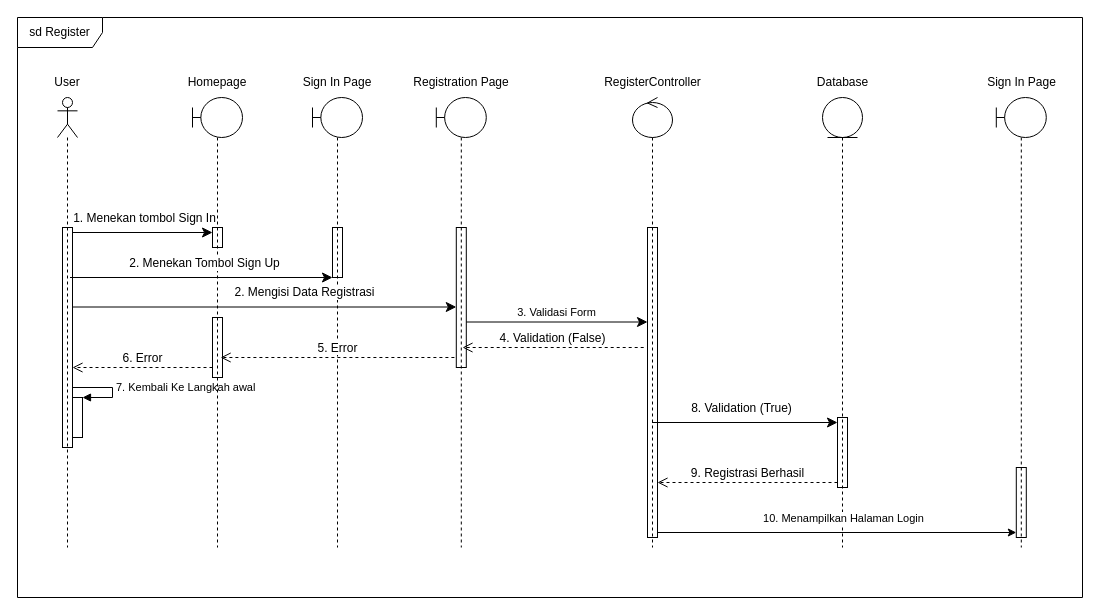
The draw.io diagram page "Page-1" (1 of 4) of sed.drawio in AldoGunawan/kp-tapung, before the edit. Source tidied: cells renumbered, new cells numbered last; positions are measured from the earlier drawing's top-left corner, leaving out a move shared by most shapes. Both pictures are drawn from the tidied source at 100%, with x=0, y=0 at pixel (17, 17).
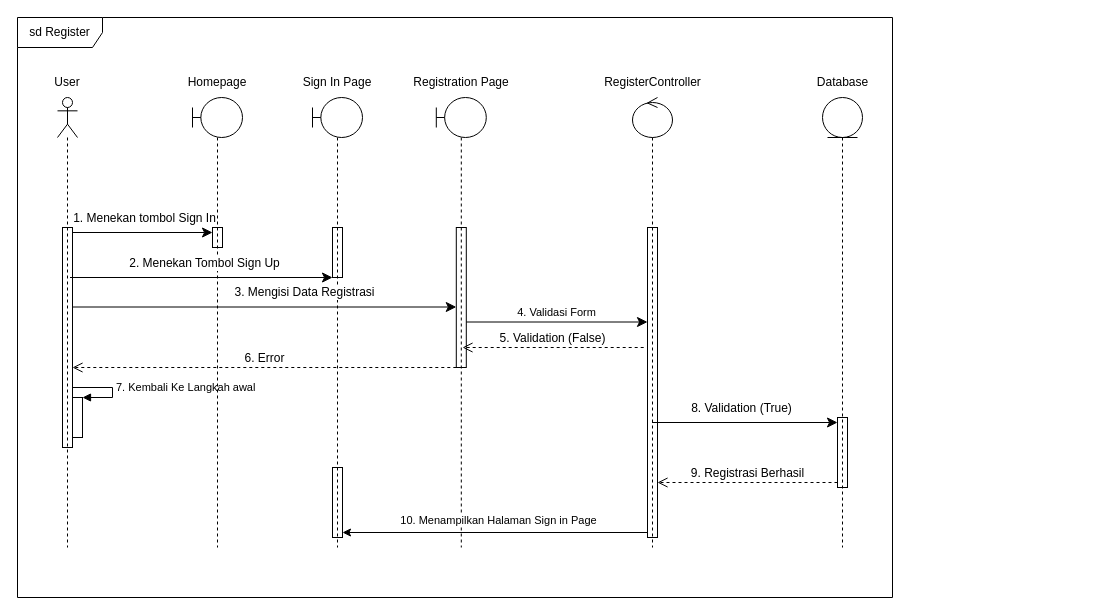
The same page after the edit.

Unchanged cells that the change refers to:
```xml
<mxCell id="6" style="edgeStyle=none;curved=0;rounded=0;orthogonalLoop=1;jettySize=auto;html=1;fontSize=12;startSize=8;endSize=8;fontColor=light-dark(#000000,#000000);strokeColor=light-dark(#000000,#000000);" parent="1" edge="1">
  <mxGeometry relative="1" as="geometry">
    <mxPoint x="55" y="289.5" as="sourcePoint" />
    <mxPoint x="438.8" y="289.5" as="targetPoint" />
  </mxGeometry>
</mxCell>
<mxCell id="10" style="html=1;points=[[0,0,0,0,5],[0,1,0,0,-5],[1,0,0,0,5],[1,1,0,0,-5]];perimeter=orthogonalPerimeter;outlineConnect=0;targetShapes=umlLifeline;portConstraint=eastwest;newEdgeStyle={&quot;curved&quot;:0,&quot;rounded&quot;:0};fillColor=none;" parent="9" vertex="1">
  <mxGeometry x="20" y="130" width="10" height="140" as="geometry" />
</mxCell>
<mxCell id="13" style="edgeStyle=none;curved=0;rounded=0;orthogonalLoop=1;jettySize=auto;html=1;fontSize=12;startSize=8;endSize=8;strokeColor=light-dark(#000000,#000000);fontColor=light-dark(#000000,#000000);labelBackgroundColor=light-dark(#FFFFFF,#FFFFFF);" parent="1" edge="1">
  <mxGeometry relative="1" as="geometry">
    <mxPoint x="448.8" y="304.5" as="sourcePoint" />
    <mxPoint x="630" y="304.5" as="targetPoint" />
  </mxGeometry>
</mxCell>
<mxCell id="23" style="html=1;points=[[0,0,0,0,5],[0,1,0,0,-5],[1,0,0,0,5],[1,1,0,0,-5]];perimeter=orthogonalPerimeter;outlineConnect=0;targetShapes=umlLifeline;portConstraint=eastwest;newEdgeStyle={&quot;curved&quot;:0,&quot;rounded&quot;:0};strokeColor=light-dark(#000000,#000000);fillColor=none;" parent="22" vertex="1">
  <mxGeometry x="15" y="130" width="10" height="310" as="geometry" />
</mxCell>
<mxCell id="33" style="shape=umlLifeline;perimeter=lifelinePerimeter;whiteSpace=wrap;html=1;newEdgeStyle={&quot;curved&quot;:0,&quot;rounded&quot;:0};participant=umlBoundary;strokeColor=light-dark(#000000,#000000);fillColor=none;" parent="1" vertex="1">
  <mxGeometry x="175" y="80" width="50" height="450" as="geometry" />
</mxCell>
```

The edit, as a diff of the source:
```diff
@@
     <mxCell id="5" value="sd Register" style="shape=umlFrame;whiteSpace=wrap;html=1;width=85;height=30;strokeColor=light-dark(#000000,#000000);fontColor=light-dark(#000000,#FFFFFF);" parent="1" vertex="1">
-      <mxGeometry width="1065" height="580" as="geometry" />
+      <mxGeometry width="875" height="580" as="geometry" />
     </mxCell>
@@
-    <mxCell id="7" value="2. Mengisi Data Registrasi" style="edgeLabel;html=1;align=center;verticalAlign=middle;fontSize=12;fontColor=light-dark(#000000,#000000);labelBackgroundColor=light-dark(#FFFFFF,#FFFFFF);" parent="6" vertex="1">
+    <mxCell id="7" value="3. Mengisi Data Registrasi" style="edgeLabel;html=1;align=center;verticalAlign=middle;fontSize=12;fontColor=light-dark(#000000,#000000);labelBackgroundColor=light-dark(#FFFFFF,#FFFFFF);" parent="6" vertex="1">
       <mxGeometry x="0.02" y="-2" relative="1" as="geometry">
         <mxPoint x="35" y="-17" as="offset" />
       </mxGeometry>
     </mxCell>
@@
-    <mxCell id="14" value="3. Validasi Form" style="edgeLabel;html=1;align=center;verticalAlign=middle;fontColor=light-dark(#000000,#000000);labelBackgroundColor=light-dark(#FFFFFF,#FFFFFF);" parent="13" vertex="1">
+    <mxCell id="14" value="4. Validasi Form" style="edgeLabel;html=1;align=center;verticalAlign=middle;fontColor=light-dark(#000000,#000000);labelBackgroundColor=light-dark(#FFFFFF,#FFFFFF);" parent="13" vertex="1">
       <mxGeometry x="-0.08" y="1" relative="1" as="geometry">
         <mxPoint x="7" y="-9" as="offset" />
       </mxGeometry>
     </mxCell>
-    <mxCell id="15" value="4. Validation (False)" style="html=1;verticalAlign=bottom;endArrow=open;dashed=1;endSize=8;curved=0;rounded=0;fontSize=12;fontColor=light-dark(#000000,#000000);labelBackgroundColor=light-dark(#FFFFFF,#FFFFFF);strokeColor=light-dark(#000000,#000000);" parent="1" edge="1">
+    <mxCell id="15" value="5. Validation (False)" style="html=1;verticalAlign=bottom;endArrow=open;dashed=1;endSize=8;curved=0;rounded=0;fontSize=12;fontColor=light-dark(#000000,#000000);labelBackgroundColor=light-dark(#FFFFFF,#FFFFFF);strokeColor=light-dark(#000000,#000000);" parent="1" edge="1">
       <mxGeometry relative="1" as="geometry">
         <mxPoint x="626.2" y="330" as="sourcePoint" />
         <mxPoint x="445" y="330" as="targetPoint" />
       </mxGeometry>
     </mxCell>
@@
-    <mxCell id="19" value="6. Error" style="html=1;verticalAlign=bottom;endArrow=open;dashed=1;endSize=8;curved=0;rounded=0;fontSize=12;strokeColor=light-dark(#000000,#000000);fontColor=light-dark(#000000,#000000);labelBackgroundColor=light-dark(#FFFFFF,#FFFFFF);" parent="1" edge="1">
+    <mxCell id="19" value="6. Error" style="html=1;verticalAlign=bottom;endArrow=open;dashed=1;endSize=8;curved=0;rounded=0;fontSize=12;strokeColor=light-dark(#000000,#000000);fontColor=light-dark(#000000,#000000);labelBackgroundColor=light-dark(#FFFFFF,#FFFFFF);" parent="1" edge="1" source="10">
       <mxGeometry relative="1" as="geometry">
-        <mxPoint x="195" y="350" as="sourcePoint" />
         <mxPoint x="55" y="350" as="targetPoint" />
       </mxGeometry>
     </mxCell>
@@
-    <mxCell id="27" style="shape=umlLifeline;perimeter=lifelinePerimeter;whiteSpace=wrap;html=1;newEdgeStyle={&quot;curved&quot;:0,&quot;rounded&quot;:0};participant=umlBoundary;strokeColor=light-dark(#000000,#000000);fillColor=none;" parent="1" vertex="1">
-      <mxGeometry x="978.8" y="80" width="50" height="450" as="geometry" />
-    </mxCell>
-    <mxCell id="28" style="html=1;points=[[0,0,0,0,5],[0,1,0,0,-5],[1,0,0,0,5],[1,1,0,0,-5]];perimeter=orthogonalPerimeter;outlineConnect=0;targetShapes=umlLifeline;portConstraint=eastwest;newEdgeStyle={&quot;curved&quot;:0,&quot;rounded&quot;:0};strokeColor=light-dark(#000000,#000000);fillColor=none;" parent="27" vertex="1">
-      <mxGeometry x="20" y="370" width="10" height="70" as="geometry" />
-    </mxCell>
-    <mxCell id="29" value="Sign In Page" style="text;html=1;align=center;verticalAlign=middle;whiteSpace=wrap;rounded=0;fontColor=light-dark(#000000,#000000);" parent="1" vertex="1">
-      <mxGeometry x="957.5" y="50" width="92.5" height="30" as="geometry" />
-    </mxCell>
-    <mxCell id="30" style="edgeStyle=orthogonalEdgeStyle;rounded=0;jettySize=auto;html=1;curved=0;exitX=1;exitY=1;exitDx=0;exitDy=-5;exitPerimeter=0;entryX=0;entryY=1;entryDx=0;entryDy=-5;entryPerimeter=0;strokeColor=light-dark(#000000,#000000);" parent="1" edge="1" source="23" target="28">
+    <mxCell id="30" style="edgeStyle=orthogonalEdgeStyle;rounded=0;jettySize=auto;html=1;curved=0;exitX=0;exitY=1;exitDx=0;exitDy=-5;exitPerimeter=0;entryX=1;entryY=1;entryDx=0;entryDy=-5;entryPerimeter=0;strokeColor=light-dark(#000000,#000000);" parent="1" edge="1" source="23" target="43">
       <mxGeometry relative="1" as="geometry" />
     </mxCell>
-    <mxCell id="31" value="10. Menampilkan Halaman Login" style="edgeLabel;html=1;align=center;verticalAlign=middle;labelBackgroundColor=light-dark(#FFFFFF,#FFFFFF);fontColor=light-dark(#000000,#000000);" parent="30" vertex="1">
+    <mxCell id="31" value="10. Menampilkan Halaman Sign in Page" style="edgeLabel;html=1;align=center;verticalAlign=middle;labelBackgroundColor=light-dark(#FFFFFF,#FFFFFF);fontColor=light-dark(#000000,#000000);" parent="30" vertex="1">
       <mxGeometry x="0.01" y="1" relative="1" as="geometry">
         <mxPoint x="4" y="-14" as="offset" />
       </mxGeometry>
     </mxCell>
@@
-    <mxCell id="34" style="html=1;perimeter=orthogonalPerimeter;targetShapes=umlLifeline;newEdgeStyle={&quot;curved&quot;:0,&quot;rounded&quot;:0};fillColor=none;" parent="33" vertex="1">
-      <mxGeometry x="20" y="220" width="10" height="60" as="geometry" />
-    </mxCell>
@@
-    <mxCell id="36" value="5. Error" style="html=1;verticalAlign=bottom;endArrow=open;dashed=1;endSize=8;curved=0;rounded=0;fontSize=12;strokeColor=light-dark(#000000,#000000);fontColor=light-dark(#000000,#000000);labelBackgroundColor=light-dark(#FFFFFF,#FFFFFF);" parent="1" edge="1">
-      <mxGeometry relative="1" as="geometry">
-        <mxPoint x="436.9" y="340" as="sourcePoint" />
-        <mxPoint x="203.1" y="340" as="targetPoint" />
-      </mxGeometry>
-    </mxCell>
@@
+    <mxCell id="43" style="html=1;points=[[0,0,0,0,5],[0,1,0,0,-5],[1,0,0,0,5],[1,1,0,0,-5]];perimeter=orthogonalPerimeter;outlineConnect=0;targetShapes=umlLifeline;portConstraint=eastwest;newEdgeStyle={&quot;curved&quot;:0,&quot;rounded&quot;:0};strokeColor=light-dark(#000000,#000000);fillColor=none;" parent="1" vertex="1">
+      <mxGeometry x="315" y="450" width="10" height="70" as="geometry" />
+    </mxCell>
```
